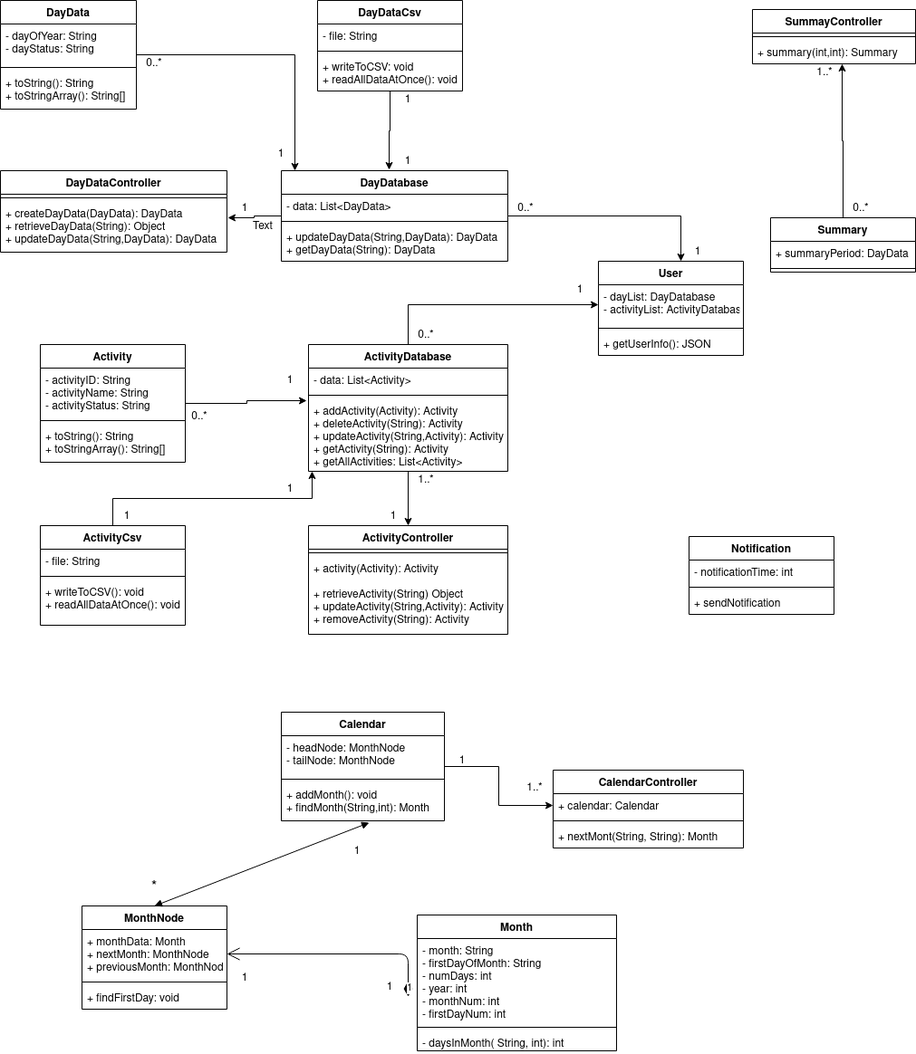
The draw.io diagram Images/ClassDiagram.png in TJohnsonAZ/Calandar-Project, before a commit. Source tidied: cells renumbered, new cells last; positions are measured from the earlier drawing's top-left corner, leaving out a move shared by most shapes.
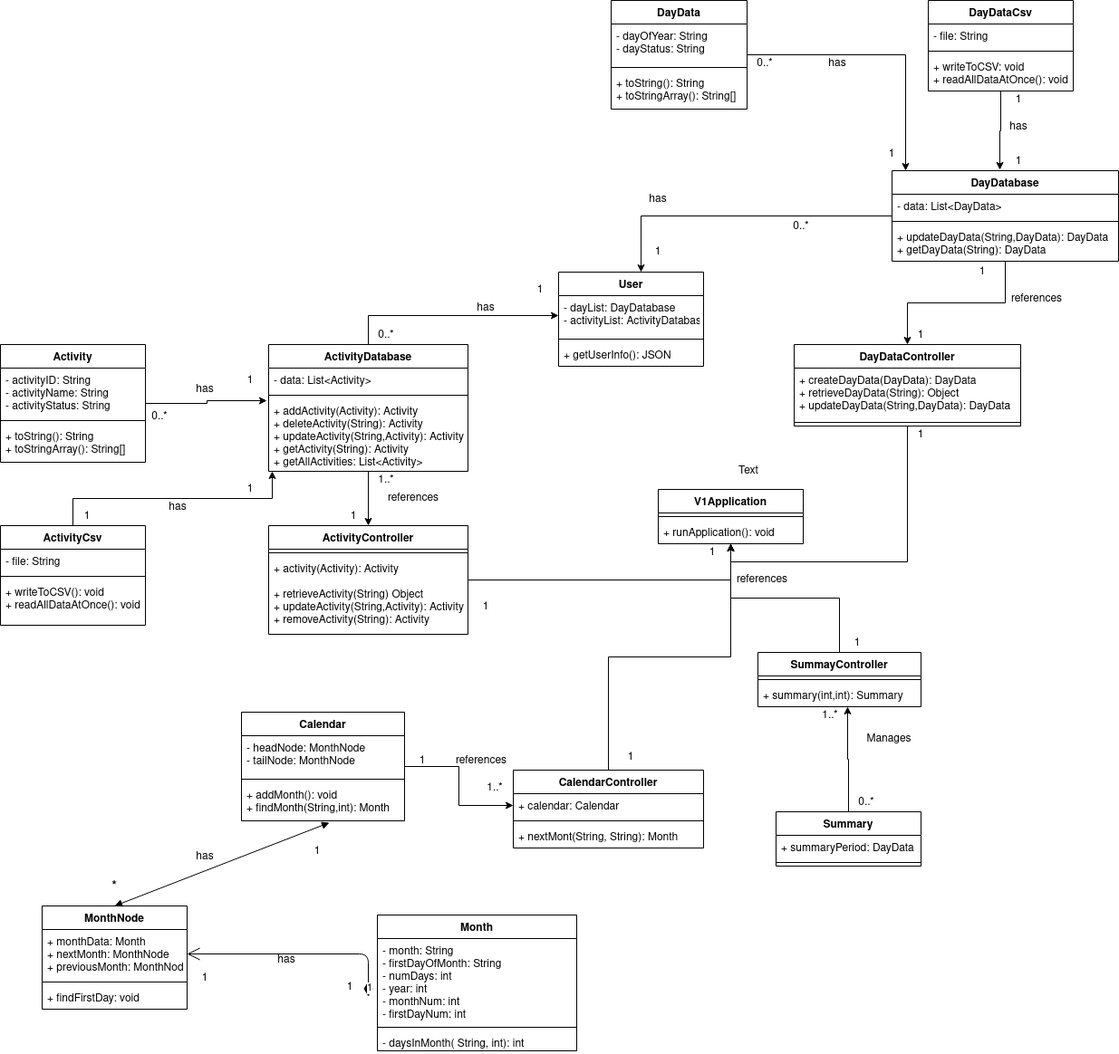
After the commit.

Commit message:
Updated diagram and layout

Diff of the diagram source:
```diff
@@ -6,7 +6,7 @@
       <mxGeometry relative="1" as="geometry" />
     </mxCell>
     <mxCell id="3" value="Summary" style="swimlane;fontStyle=1;align=center;verticalAlign=top;horizontal=1;startSize=26;" parent="1" vertex="1">
-      <mxGeometry x="850" y="240" width="160" height="60" as="geometry" />
+      <mxGeometry x="900" y="896" width="160" height="60" as="geometry" />
     </mxCell>
     <mxCell id="4" value="+ summaryPeriod: DayData" style="text;strokeColor=none;fillColor=none;align=left;verticalAlign=top;spacingLeft=4;spacingRight=4;overflow=hidden;" parent="3" vertex="1">
       <mxGeometry y="26" width="160" height="26" as="geometry" />
@@ -14,8 +14,11 @@
     <mxCell id="5" style="line;strokeWidth=1;fillColor=none;align=left;verticalAlign=middle;spacingTop=-1;spacingLeft=3;spacingRight=3;labelPosition=right;" parent="3" vertex="1">
       <mxGeometry y="52" width="160" height="8" as="geometry" />
     </mxCell>
+    <mxCell id="98" style="edgeStyle=orthogonalEdgeStyle;rounded=0;jettySize=auto;html=1;" parent="1" edge="1" source="6" target="114">
+      <mxGeometry relative="1" as="geometry" />
+    </mxCell>
     <mxCell id="6" value="SummayController" style="swimlane;fontStyle=1;align=center;verticalAlign=top;horizontal=1;startSize=26;" parent="1" vertex="1">
-      <mxGeometry x="830" y="10" width="180" height="60" as="geometry" />
+      <mxGeometry x="880" y="720" width="180" height="60" as="geometry" />
     </mxCell>
     <mxCell id="7" style="line;strokeWidth=1;fillColor=none;align=left;verticalAlign=middle;spacingTop=-1;spacingLeft=3;spacingRight=3;labelPosition=right;" parent="6" vertex="1">
       <mxGeometry y="26" width="180" height="8" as="geometry" />
@@ -56,6 +59,9 @@
     <mxCell id="19" value="+ writeToCSV(): void&#10;+ readAllDataAtOnce(): void&#10;" style="text;strokeColor=none;fillColor=none;align=left;verticalAlign=top;spacingLeft=4;spacingRight=4;overflow=hidden;" parent="16" vertex="1">
       <mxGeometry y="60" width="160" height="50" as="geometry" />
     </mxCell>
+    <mxCell id="99" style="edgeStyle=orthogonalEdgeStyle;rounded=0;jettySize=auto;html=1;entryX=0.5;entryY=1;entryDx=0;entryDy=0;" parent="1" edge="1" source="20" target="114">
+      <mxGeometry relative="1" as="geometry" />
+    </mxCell>
     <mxCell id="20" value="ActivityController" style="swimlane;fontStyle=1;align=center;verticalAlign=top;horizontal=1;startSize=26;" parent="1" vertex="1">
       <mxGeometry x="340" y="580" width="220" height="120" as="geometry" />
     </mxCell>
@@ -84,7 +90,7 @@
       <mxGeometry relative="1" as="geometry" />
     </mxCell>
     <mxCell id="29" value="DayData" style="swimlane;fontStyle=1;align=center;verticalAlign=top;horizontal=1;startSize=26;" parent="1" vertex="1">
-      <mxGeometry width="150" height="120" as="geometry" />
+      <mxGeometry x="718" width="150" height="120" as="geometry" />
     </mxCell>
     <mxCell id="30" value="- dayOfYear: String&#10;- dayStatus: String&#10;" style="text;strokeColor=none;fillColor=none;align=left;verticalAlign=top;spacingLeft=4;spacingRight=4;overflow=hidden;" parent="29" vertex="1">
       <mxGeometry y="26" width="150" height="44" as="geometry" />
@@ -95,20 +101,23 @@
     <mxCell id="32" value="+ toString(): String&#10;+ toStringArray(): String[]&#10;" style="text;strokeColor=none;fillColor=none;align=left;verticalAlign=top;spacingLeft=4;spacingRight=4;overflow=hidden;" parent="29" vertex="1">
       <mxGeometry y="78" width="150" height="42" as="geometry" />
     </mxCell>
+    <mxCell id="100" style="edgeStyle=orthogonalEdgeStyle;rounded=0;jettySize=auto;html=1;entryX=0.5;entryY=1;entryDx=0;entryDy=0;" parent="1" edge="1" source="33" target="114">
+      <mxGeometry relative="1" as="geometry" />
+    </mxCell>
     <mxCell id="33" value="DayDataController" style="swimlane;fontStyle=1;align=center;verticalAlign=top;horizontal=1;startSize=26;" parent="1" vertex="1">
-      <mxGeometry y="188" width="250" height="90" as="geometry" />
+      <mxGeometry x="920" y="380" width="250" height="90" as="geometry" />
     </mxCell>
+    <mxCell id="35" value="+ createDayData(DayData): DayData&#10;+ retrieveDayData(String): Object&#10;+ updateDayData(String,DayData): DayData&#10;" style="text;strokeColor=none;fillColor=none;align=left;verticalAlign=top;spacingLeft=4;spacingRight=4;overflow=hidden;points=[[0,0.5],[1,0.5]];portConstraint=eastwest;" parent="33" vertex="1">
+      <mxGeometry y="26" width="250" height="56" as="geometry" />
+    </mxCell>
     <mxCell id="34" style="line;strokeWidth=1;fillColor=none;align=left;verticalAlign=middle;spacingTop=-1;spacingLeft=3;spacingRight=3;labelPosition=right;" parent="33" vertex="1">
-      <mxGeometry y="26" width="250" height="8" as="geometry" />
+      <mxGeometry y="82" width="250" height="8" as="geometry" />
     </mxCell>
-    <mxCell id="35" value="+ createDayData(DayData): DayData&#10;+ retrieveDayData(String): Object&#10;+ updateDayData(String,DayData): DayData&#10;" style="text;strokeColor=none;fillColor=none;align=left;verticalAlign=top;spacingLeft=4;spacingRight=4;overflow=hidden;points=[[0,0.5],[1,0.5]];portConstraint=eastwest;" parent="33" vertex="1">
-      <mxGeometry y="34" width="250" height="56" as="geometry" />
-    </mxCell>
     <mxCell id="36" style="edgeStyle=orthogonalEdgeStyle;rounded=0;jettySize=auto;html=1;entryX=0.476;entryY=-0.01;entryDx=0;entryDy=0;entryPerimeter=0;" parent="1" edge="1" source="37" target="43">
       <mxGeometry relative="1" as="geometry" />
     </mxCell>
     <mxCell id="37" value="DayDataCsv" style="swimlane;fontStyle=1;align=center;verticalAlign=top;horizontal=1;startSize=26;" parent="1" vertex="1">
-      <mxGeometry x="350" width="160" height="100" as="geometry" />
+      <mxGeometry x="1068" width="160" height="100" as="geometry" />
     </mxCell>
     <mxCell id="38" value="- file: String" style="text;strokeColor=none;fillColor=none;align=left;verticalAlign=top;spacingLeft=4;spacingRight=4;overflow=hidden;" parent="37" vertex="1">
       <mxGeometry y="26" width="160" height="26" as="geometry" />
@@ -122,11 +131,11 @@
     <mxCell id="41" style="edgeStyle=orthogonalEdgeStyle;rounded=0;jettySize=auto;html=1;entryX=0.569;entryY=0;entryDx=0;entryDy=0;entryPerimeter=0;" parent="1" edge="1" source="43" target="64">
       <mxGeometry relative="1" as="geometry" />
     </mxCell>
-    <mxCell id="42" style="edgeStyle=orthogonalEdgeStyle;rounded=0;jettySize=auto;html=1;entryX=1.004;entryY=0.321;entryDx=0;entryDy=0;entryPerimeter=0;" parent="1" edge="1" source="43" target="35">
+    <mxCell id="42" style="edgeStyle=orthogonalEdgeStyle;rounded=0;jettySize=auto;html=1;" parent="1" edge="1" source="43" target="33">
       <mxGeometry relative="1" as="geometry" />
     </mxCell>
     <mxCell id="43" value="DayDatabase" style="swimlane;fontStyle=1;align=center;verticalAlign=top;horizontal=1;startSize=26;" parent="1" vertex="1">
-      <mxGeometry x="310" y="188" width="250" height="100" as="geometry" />
+      <mxGeometry x="1028" y="188" width="250" height="100" as="geometry" />
     </mxCell>
     <mxCell id="44" value="- data: List&lt;DayData&gt;" style="text;strokeColor=none;fillColor=none;align=left;verticalAlign=top;spacingLeft=4;spacingRight=4;overflow=hidden;" parent="43" vertex="1">
       <mxGeometry y="26" width="250" height="26" as="geometry" />
@@ -164,6 +173,9 @@
     <mxCell id="55" value="- daysInMonth( String, int): int&#10;&#10;" style="text;strokeColor=none;fillColor=none;align=left;verticalAlign=top;spacingLeft=4;spacingRight=4;overflow=hidden;" parent="52" vertex="1">
       <mxGeometry y="128" width="220" height="22" as="geometry" />
     </mxCell>
+    <mxCell id="101" style="edgeStyle=orthogonalEdgeStyle;rounded=0;jettySize=auto;html=1;" parent="1" edge="1" source="56" target="114">
+      <mxGeometry relative="1" as="geometry" />
+    </mxCell>
     <mxCell id="56" value="CalendarController" style="swimlane;fontStyle=1;align=center;verticalAlign=top;horizontal=1;startSize=26;" parent="1" vertex="1">
       <mxGeometry x="610" y="850" width="210" height="86" as="geometry" />
     </mxCell>
@@ -189,7 +201,7 @@
       <mxGeometry y="88" width="160" height="26" as="geometry" />
     </mxCell>
     <mxCell id="64" value="User" style="swimlane;fontStyle=1;align=center;verticalAlign=top;horizontal=1;startSize=26;" parent="1" vertex="1">
-      <mxGeometry x="660" y="288" width="160" height="104" as="geometry" />
+      <mxGeometry x="660" y="300" width="160" height="104" as="geometry" />
     </mxCell>
     <mxCell id="65" value="- dayList: DayDatabase&#10;- activityList: ActivityDatabase&#10;" style="text;strokeColor=none;fillColor=none;align=left;verticalAlign=top;spacingLeft=4;spacingRight=4;overflow=hidden;points=[[0,0.5],[1,0.5]];portConstraint=eastwest;" parent="64" vertex="1">
       <mxGeometry y="26" width="160" height="44" as="geometry" />
@@ -200,18 +212,6 @@
     <mxCell id="67" value="+ getUserInfo(): JSON&#10;" style="text;strokeColor=none;fillColor=none;align=left;verticalAlign=top;spacingLeft=4;spacingRight=4;overflow=hidden;" parent="64" vertex="1">
       <mxGeometry y="78" width="160" height="26" as="geometry" />
     </mxCell>
-    <mxCell id="68" value="Notification" style="swimlane;fontStyle=1;align=center;verticalAlign=top;horizontal=1;startSize=26;" parent="1" vertex="1">
-      <mxGeometry x="760" y="592" width="160" height="86" as="geometry" />
-    </mxCell>
-    <mxCell id="69" value="- notificationTime: int" style="text;strokeColor=none;fillColor=none;align=left;verticalAlign=top;spacingLeft=4;spacingRight=4;overflow=hidden;" parent="68" vertex="1">
-      <mxGeometry y="26" width="160" height="26" as="geometry" />
-    </mxCell>
-    <mxCell id="70" style="line;strokeWidth=1;fillColor=none;align=left;verticalAlign=middle;spacingTop=-1;spacingLeft=3;spacingRight=3;labelPosition=right;" parent="68" vertex="1">
-      <mxGeometry y="52" width="160" height="8" as="geometry" />
-    </mxCell>
-    <mxCell id="71" value="+ sendNotification" style="text;strokeColor=none;fillColor=none;align=left;verticalAlign=top;spacingLeft=4;spacingRight=4;overflow=hidden;" parent="68" vertex="1">
-      <mxGeometry y="60" width="160" height="26" as="geometry" />
-    </mxCell>
     <mxCell id="72" value="1" style="endArrow=open;html=1;endSize=12;startArrow=diamondThin;startSize=14;startFill=1;edgeStyle=orthogonalEdgeStyle;align=left;verticalAlign=bottom;entryX=1;entryY=0.5;entryDx=0;entryDy=0;" parent="1" edge="1" target="61">
       <mxGeometry x="-1" y="3" relative="1" as="geometry">
         <mxPoint x="450" y="1100" as="sourcePoint" />
@@ -232,23 +232,23 @@
     <mxCell id="77" value="1" style="text;html=1;strokeColor=none;fillColor=none;align=center;verticalAlign=middle;whiteSpace=wrap;rounded=0;" parent="1" vertex="1">
       <mxGeometry x="300" y="410" width="40" height="20" as="geometry" />
     </mxCell>
-    <mxCell id="78" value="Text" style="text;html=1;strokeColor=none;fillColor=none;align=center;verticalAlign=middle;whiteSpace=wrap;rounded=0;" parent="1" vertex="1">
-      <mxGeometry x="270" y="240" width="40" height="20" as="geometry" />
+    <mxCell id="78" value="1" style="text;html=1;strokeColor=none;fillColor=none;align=center;verticalAlign=middle;whiteSpace=wrap;rounded=0;" parent="1" vertex="1">
+      <mxGeometry x="1108" y="290" width="40" height="20" as="geometry" />
     </mxCell>
     <mxCell id="79" value="1" style="text;html=1;strokeColor=none;fillColor=none;align=center;verticalAlign=middle;whiteSpace=wrap;rounded=0;" parent="1" vertex="1">
-      <mxGeometry x="250" y="220" width="40" height="20" as="geometry" />
+      <mxGeometry x="1040" y="360" width="40" height="20" as="geometry" />
     </mxCell>
     <mxCell id="80" value="1" style="text;html=1;strokeColor=none;fillColor=none;align=center;verticalAlign=middle;whiteSpace=wrap;rounded=0;" parent="1" vertex="1">
-      <mxGeometry x="430" y="168" width="40" height="20" as="geometry" />
+      <mxGeometry x="1148" y="168" width="40" height="20" as="geometry" />
     </mxCell>
     <mxCell id="81" value="1" style="text;html=1;strokeColor=none;fillColor=none;align=center;verticalAlign=middle;whiteSpace=wrap;rounded=0;" parent="1" vertex="1">
-      <mxGeometry x="430" y="100" width="40" height="20" as="geometry" />
+      <mxGeometry x="1148" y="100" width="40" height="20" as="geometry" />
     </mxCell>
     <mxCell id="82" value="1" style="text;html=1;strokeColor=none;fillColor=none;align=center;verticalAlign=middle;whiteSpace=wrap;rounded=0;" parent="1" vertex="1">
-      <mxGeometry x="290" y="160" width="40" height="20" as="geometry" />
+      <mxGeometry x="1008" y="160" width="40" height="20" as="geometry" />
     </mxCell>
     <mxCell id="83" value="0..*" style="text;html=1;strokeColor=none;fillColor=none;align=center;verticalAlign=middle;whiteSpace=wrap;rounded=0;" parent="1" vertex="1">
-      <mxGeometry x="150" y="60" width="40" height="20" as="geometry" />
+      <mxGeometry x="868" y="60" width="40" height="20" as="geometry" />
     </mxCell>
     <mxCell id="84" value="1" style="text;html=1;strokeColor=none;fillColor=none;align=center;verticalAlign=middle;whiteSpace=wrap;rounded=0;" parent="1" vertex="1">
       <mxGeometry x="620" y="310" width="40" height="20" as="geometry" />
@@ -266,16 +266,16 @@
       <mxGeometry x="570" y="860" width="40" height="20" as="geometry" />
     </mxCell>
     <mxCell id="89" value="1..*" style="text;html=1;strokeColor=none;fillColor=none;align=center;verticalAlign=middle;whiteSpace=wrap;rounded=0;" parent="1" vertex="1">
-      <mxGeometry x="890" y="70" width="40" height="20" as="geometry" />
+      <mxGeometry x="940" y="780" width="40" height="20" as="geometry" />
     </mxCell>
     <mxCell id="90" value="0..*" style="text;html=1;strokeColor=none;fillColor=none;align=center;verticalAlign=middle;whiteSpace=wrap;rounded=0;" parent="1" vertex="1">
-      <mxGeometry x="930" y="220" width="40" height="20" as="geometry" />
+      <mxGeometry x="980" y="876" width="40" height="20" as="geometry" />
     </mxCell>
     <mxCell id="91" value="1" style="text;html=1;strokeColor=none;fillColor=none;align=center;verticalAlign=middle;whiteSpace=wrap;rounded=0;" parent="1" vertex="1">
       <mxGeometry x="750" y="268" width="40" height="20" as="geometry" />
     </mxCell>
     <mxCell id="92" value="0..*" style="text;html=1;strokeColor=none;fillColor=none;align=center;verticalAlign=middle;whiteSpace=wrap;rounded=0;" parent="1" vertex="1">
-      <mxGeometry x="560" y="220" width="40" height="20" as="geometry" />
+      <mxGeometry x="908" y="240" width="40" height="20" as="geometry" />
     </mxCell>
     <mxCell id="93" value="0..*" style="text;html=1;strokeColor=none;fillColor=none;align=center;verticalAlign=middle;whiteSpace=wrap;rounded=0;" parent="1" vertex="1">
       <mxGeometry x="450" y="360" width="40" height="20" as="geometry" />
@@ -292,5 +292,71 @@
     <mxCell id="97" value="&lt;font size=&quot;3&quot;&gt;*&lt;/font&gt;" style="text;html=1;strokeColor=none;fillColor=none;align=center;verticalAlign=middle;whiteSpace=wrap;rounded=0;" parent="1" vertex="1">
       <mxGeometry x="150" y="970" width="40" height="20" as="geometry" />
     </mxCell>
+    <mxCell id="102" value="references" style="text;html=1;strokeColor=none;fillColor=none;align=center;verticalAlign=middle;whiteSpace=wrap;rounded=0;" parent="1" vertex="1">
+      <mxGeometry x="530" y="830" width="90" height="20" as="geometry" />
+    </mxCell>
+    <mxCell id="103" value="has" style="text;html=1;strokeColor=none;fillColor=none;align=center;verticalAlign=middle;whiteSpace=wrap;rounded=0;" parent="1" vertex="1">
+      <mxGeometry x="250" y="936" width="40" height="20" as="geometry" />
+    </mxCell>
+    <mxCell id="104" value="has" style="text;html=1;strokeColor=none;fillColor=none;align=center;verticalAlign=middle;whiteSpace=wrap;rounded=0;" parent="1" vertex="1">
+      <mxGeometry x="340" y="1050" width="40" height="20" as="geometry" />
+    </mxCell>
+    <mxCell id="105" value="has" style="text;html=1;strokeColor=none;fillColor=none;align=center;verticalAlign=middle;whiteSpace=wrap;rounded=0;" parent="1" vertex="1">
+      <mxGeometry x="948" y="60" width="40" height="20" as="geometry" />
+    </mxCell>
+    <mxCell id="106" value="has" style="text;html=1;strokeColor=none;fillColor=none;align=center;verticalAlign=middle;whiteSpace=wrap;rounded=0;" parent="1" vertex="1">
+      <mxGeometry x="1148" y="130" width="40" height="20" as="geometry" />
+    </mxCell>
+    <mxCell id="107" value="has" style="text;html=1;strokeColor=none;fillColor=none;align=center;verticalAlign=middle;whiteSpace=wrap;rounded=0;" parent="1" vertex="1">
+      <mxGeometry x="250" y="420" width="40" height="20" as="geometry" />
+    </mxCell>
+    <mxCell id="108" value="has" style="text;html=1;strokeColor=none;fillColor=none;align=center;verticalAlign=middle;whiteSpace=wrap;rounded=0;" parent="1" vertex="1">
+      <mxGeometry x="220" y="550" width="40" height="20" as="geometry" />
+    </mxCell>
+    <mxCell id="109" value="references" style="text;html=1;strokeColor=none;fillColor=none;align=center;verticalAlign=middle;whiteSpace=wrap;rounded=0;" parent="1" vertex="1">
+      <mxGeometry x="450" y="540" width="100" height="20" as="geometry" />
+    </mxCell>
+    <mxCell id="110" value="references" style="text;html=1;strokeColor=none;fillColor=none;align=center;verticalAlign=middle;whiteSpace=wrap;rounded=0;" parent="1" vertex="1">
+      <mxGeometry x="1148" y="320" width="80" height="20" as="geometry" />
+    </mxCell>
+    <mxCell id="111" value="has" style="text;html=1;strokeColor=none;fillColor=none;align=center;verticalAlign=middle;whiteSpace=wrap;rounded=0;" parent="1" vertex="1">
+      <mxGeometry x="560" y="330" width="40" height="20" as="geometry" />
+    </mxCell>
+    <mxCell id="112" value="has" style="text;html=1;strokeColor=none;fillColor=none;align=center;verticalAlign=middle;whiteSpace=wrap;rounded=0;" parent="1" vertex="1">
+      <mxGeometry x="750" y="210" width="40" height="20" as="geometry" />
+    </mxCell>
+    <mxCell id="113" value="Manages" style="text;html=1;strokeColor=none;fillColor=none;align=center;verticalAlign=middle;whiteSpace=wrap;rounded=0;" parent="1" vertex="1">
+      <mxGeometry x="980" y="806" width="90" height="20" as="geometry" />
+    </mxCell>
+    <mxCell id="114" value="V1Application" style="swimlane;fontStyle=1;align=center;verticalAlign=top;horizontal=1;startSize=26;" parent="1" vertex="1">
+      <mxGeometry x="770" y="540" width="160" height="60" as="geometry" />
+    </mxCell>
+    <mxCell id="115" style="line;strokeWidth=1;fillColor=none;align=left;verticalAlign=middle;spacingTop=-1;spacingLeft=3;spacingRight=3;labelPosition=right;" parent="114" vertex="1">
+      <mxGeometry y="26" width="160" height="8" as="geometry" />
+    </mxCell>
+    <mxCell id="116" value="+ runApplication(): void" style="text;strokeColor=none;fillColor=none;align=left;verticalAlign=top;spacingLeft=4;spacingRight=4;overflow=hidden;" parent="114" vertex="1">
+      <mxGeometry y="34" width="160" height="26" as="geometry" />
+    </mxCell>
+    <mxCell id="117" value="Text" style="text;html=1;strokeColor=none;fillColor=none;align=center;verticalAlign=middle;whiteSpace=wrap;rounded=0;" parent="1" vertex="1">
+      <mxGeometry x="850" y="510" width="40" height="20" as="geometry" />
+    </mxCell>
+    <mxCell id="118" value="1" style="text;html=1;strokeColor=none;fillColor=none;align=center;verticalAlign=middle;whiteSpace=wrap;rounded=0;" parent="1" vertex="1">
+      <mxGeometry x="1040" y="470" width="40" height="20" as="geometry" />
+    </mxCell>
+    <mxCell id="119" value="1" style="text;html=1;strokeColor=none;fillColor=none;align=center;verticalAlign=middle;whiteSpace=wrap;rounded=0;" parent="1" vertex="1">
+      <mxGeometry x="560" y="660" width="40" height="20" as="geometry" />
+    </mxCell>
+    <mxCell id="120" value="references" style="text;html=1;strokeColor=none;fillColor=none;align=center;verticalAlign=middle;whiteSpace=wrap;rounded=0;" parent="1" vertex="1">
+      <mxGeometry x="840" y="630" width="90" height="20" as="geometry" />
+    </mxCell>
+    <mxCell id="121" value="1" style="text;html=1;strokeColor=none;fillColor=none;align=center;verticalAlign=middle;whiteSpace=wrap;rounded=0;" parent="1" vertex="1">
+      <mxGeometry x="810" y="600" width="40" height="20" as="geometry" />
+    </mxCell>
+    <mxCell id="122" value="1" style="text;html=1;strokeColor=none;fillColor=none;align=center;verticalAlign=middle;whiteSpace=wrap;rounded=0;" parent="1" vertex="1">
+      <mxGeometry x="970" y="700" width="40" height="20" as="geometry" />
+    </mxCell>
+    <mxCell id="123" value="1" style="text;html=1;strokeColor=none;fillColor=none;align=center;verticalAlign=middle;whiteSpace=wrap;rounded=0;" parent="1" vertex="1">
+      <mxGeometry x="720" y="826" width="40" height="20" as="geometry" />
+    </mxCell>
   </root>
 </mxGraphModel>
```
